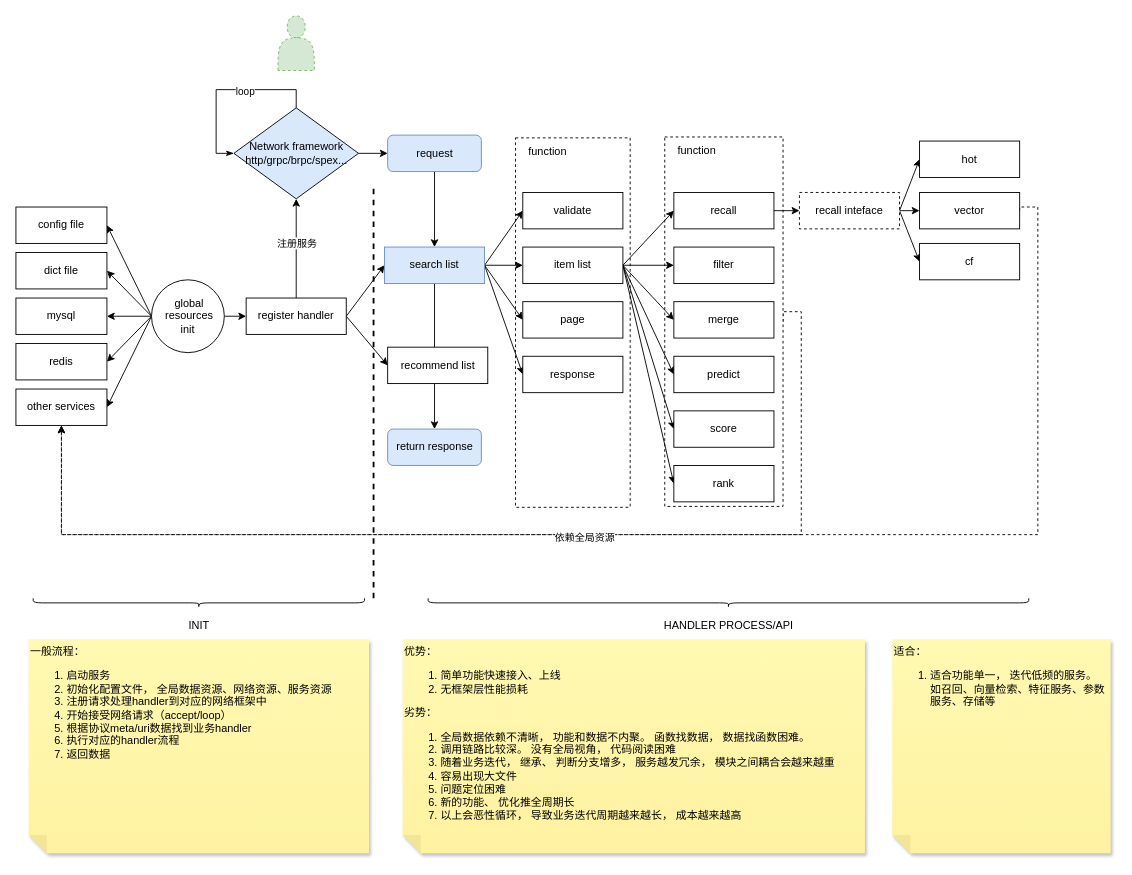
hpsdy/diagram keeps this draw.io diagram as tutu/纯业务.drawio. Above is the earlier version. Source tidied: cells renumbered, new cells numbered last; positions are measured from the earlier drawing's top-left corner, leaving out a move shared by most shapes. Both pictures are drawn from the tidied source at 91%, with x=0, y=0 at pixel (15, 15).
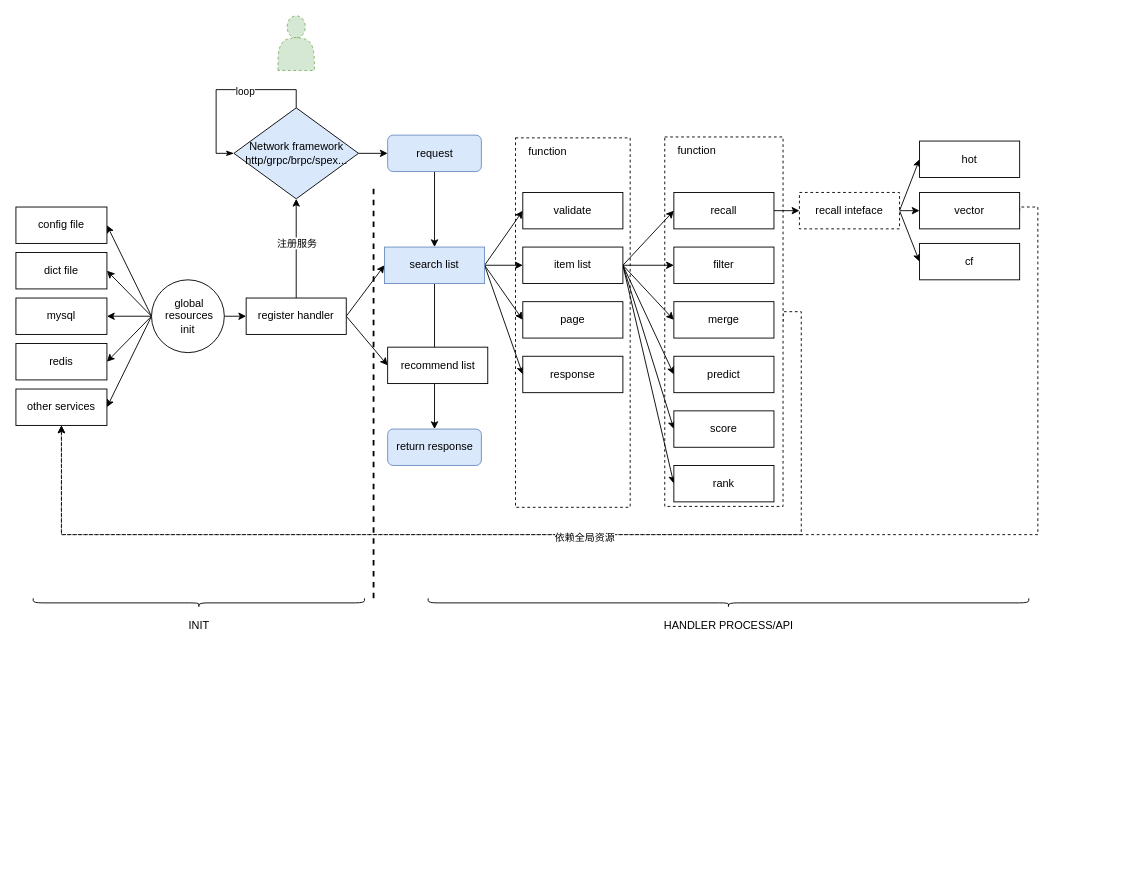
After the change.

Commit message:
更新纯业务.drawio

Change to the diagram source:
```diff
@@
-    <mxCell id="67" value="一般流程：&lt;br&gt;&lt;ol&gt;&lt;li&gt;启动服务&lt;/li&gt;&lt;li&gt;初始化配置文件， 全局数据资源、网络资源、服务资源&lt;/li&gt;&lt;li&gt;注册请求处理handler到对应的网络框架中&lt;/li&gt;&lt;li&gt;开始接受网络请求（accept/loop）&lt;/li&gt;&lt;li&gt;根据协议meta/uri数据找到业务handler&lt;/li&gt;&lt;li&gt;执行对应的handler流程&lt;/li&gt;&lt;li&gt;返回数据&lt;/li&gt;&lt;/ol&gt;" style="shape=note;whiteSpace=wrap;html=1;backgroundOutline=1;fontColor=#000000;darkOpacity=0.05;fillColor=#FFF9B2;strokeColor=none;fillStyle=solid;direction=west;gradientDirection=north;gradientColor=#FFF2A1;shadow=1;size=20;align=left;verticalAlign=top;" parent="1" vertex="1">
-      <mxGeometry x="14" y="685" width="374" height="235" as="geometry" />
-    </mxCell>
-    <mxCell id="68" value="优势：&lt;br&gt;&lt;ol&gt;&lt;li&gt;简单功能快速接入、上线&lt;/li&gt;&lt;li&gt;无框架层性能损耗&lt;/li&gt;&lt;/ol&gt;&lt;div&gt;劣势：&lt;/div&gt;&lt;ol&gt;&lt;li&gt;全局数据依赖不清晰， 功能和数据不内聚。 函数找数据， 数据找函数困难。&lt;/li&gt;&lt;li&gt;调用链路比较深。 没有全局视角， 代码阅读困难&lt;/li&gt;&lt;li&gt;随着业务迭代， 继承、 判断分支增多， 服务越发冗余， 模块之间耦合会越来越重&lt;/li&gt;&lt;li&gt;容易出现大文件&lt;/li&gt;&lt;li&gt;问题定位困难&lt;/li&gt;&lt;li&gt;新的功能、 优化推全周期长&lt;/li&gt;&lt;li&gt;以上会恶性循环， 导致业务迭代周期越来越长， 成本越来越高&lt;/li&gt;&lt;/ol&gt;" style="shape=note;whiteSpace=wrap;html=1;backgroundOutline=1;fontColor=#000000;darkOpacity=0.05;fillColor=#FFF9B2;strokeColor=none;fillStyle=solid;direction=west;gradientDirection=north;gradientColor=#FFF2A1;shadow=1;size=20;align=left;verticalAlign=top;" parent="1" vertex="1">
-      <mxGeometry x="425" y="685" width="508" height="235" as="geometry" />
-    </mxCell>
@@
-    <mxCell id="72" value="适合：&lt;br&gt;&lt;ol&gt;&lt;li&gt;适合功能单一， 迭代低频的服务。 如召回、向量检索、特征服务、参数服务、存储等&lt;/li&gt;&lt;/ol&gt;" style="shape=note;whiteSpace=wrap;html=1;backgroundOutline=1;fontColor=#000000;darkOpacity=0.05;fillColor=#FFF9B2;strokeColor=none;fillStyle=solid;direction=west;gradientDirection=north;gradientColor=#FFF2A1;shadow=1;size=20;align=left;verticalAlign=top;" parent="1" vertex="1">
-      <mxGeometry x="963" y="685" width="240" height="235" as="geometry" />
-    </mxCell>
```
